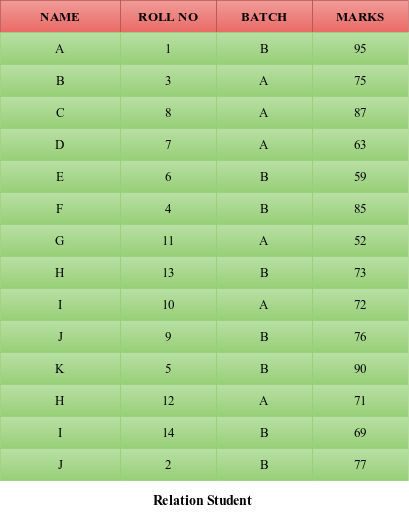
The draw.io diagram img/indexing/Table.png in Nitcbase/nitcbase.github.io, before a commit. Source tidied: cells renumbered, new cells last; positions are measured from the earlier drawing's top-left corner, leaving out a move shared by most shapes.
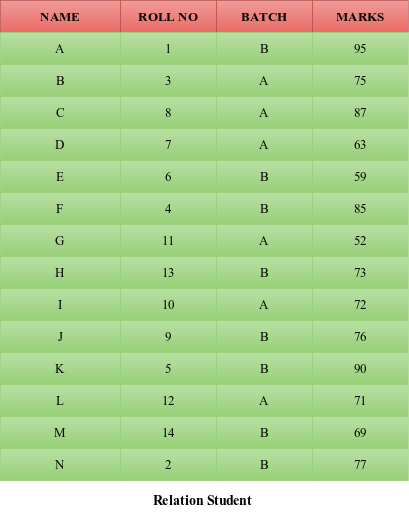
Later version of the same file.

Change to the diagram source:
```diff
@@ -149,7 +149,7 @@
     <mxCell id="50" value="90" style="rounded=0;whiteSpace=wrap;html=1;fillColor=#B9E0A5;strokeColor=#97D077;gradientColor=#97D077;fontFamily=Times New Roman;fontSize=16;" parent="1" vertex="1">
       <mxGeometry x="390" y="440" width="120" height="40" as="geometry" />
     </mxCell>
-    <mxCell id="51" value="H" style="rounded=0;whiteSpace=wrap;html=1;fillColor=#B9E0A5;strokeColor=#97D077;gradientColor=#97D077;fontFamily=Times New Roman;fontSize=16;" parent="1" vertex="1">
+    <mxCell id="51" value="L" style="rounded=0;whiteSpace=wrap;html=1;fillColor=#B9E0A5;strokeColor=#97D077;gradientColor=#97D077;fontFamily=Times New Roman;fontSize=16;" parent="1" vertex="1">
       <mxGeometry y="480" width="150" height="40" as="geometry" />
     </mxCell>
     <mxCell id="52" value="12" style="rounded=0;whiteSpace=wrap;html=1;fillColor=#B9E0A5;strokeColor=#97D077;gradientColor=#97D077;fontFamily=Times New Roman;fontSize=16;" parent="1" vertex="1">
@@ -161,7 +161,7 @@
     <mxCell id="54" value="71" style="rounded=0;whiteSpace=wrap;html=1;fillColor=#B9E0A5;strokeColor=#97D077;gradientColor=#97D077;fontFamily=Times New Roman;fontSize=16;" parent="1" vertex="1">
       <mxGeometry x="390" y="480" width="120" height="40" as="geometry" />
     </mxCell>
-    <mxCell id="55" value="I" style="rounded=0;whiteSpace=wrap;html=1;fillColor=#B9E0A5;strokeColor=#97D077;gradientColor=#97D077;fontFamily=Times New Roman;fontSize=16;" parent="1" vertex="1">
+    <mxCell id="55" value="M" style="rounded=0;whiteSpace=wrap;html=1;fillColor=#B9E0A5;strokeColor=#97D077;gradientColor=#97D077;fontFamily=Times New Roman;fontSize=16;" parent="1" vertex="1">
       <mxGeometry y="520" width="150" height="40" as="geometry" />
     </mxCell>
     <mxCell id="56" value="14" style="rounded=0;whiteSpace=wrap;html=1;fillColor=#B9E0A5;strokeColor=#97D077;gradientColor=#97D077;fontFamily=Times New Roman;fontSize=16;" parent="1" vertex="1">
@@ -173,7 +173,7 @@
     <mxCell id="58" value="69" style="rounded=0;whiteSpace=wrap;html=1;fillColor=#B9E0A5;strokeColor=#97D077;gradientColor=#97D077;fontFamily=Times New Roman;fontSize=16;" parent="1" vertex="1">
       <mxGeometry x="390" y="520" width="120" height="40" as="geometry" />
     </mxCell>
-    <mxCell id="59" value="J" style="rounded=0;whiteSpace=wrap;html=1;fillColor=#B9E0A5;strokeColor=#97D077;gradientColor=#97D077;fontFamily=Times New Roman;fontSize=16;" parent="1" vertex="1">
+    <mxCell id="59" value="N" style="rounded=0;whiteSpace=wrap;html=1;fillColor=#B9E0A5;strokeColor=#97D077;gradientColor=#97D077;fontFamily=Times New Roman;fontSize=16;" parent="1" vertex="1">
       <mxGeometry y="560" width="150" height="40" as="geometry" />
     </mxCell>
     <mxCell id="60" value="2" style="rounded=0;whiteSpace=wrap;html=1;fillColor=#B9E0A5;strokeColor=#97D077;gradientColor=#97D077;fontFamily=Times New Roman;fontSize=16;" parent="1" vertex="1">
```
